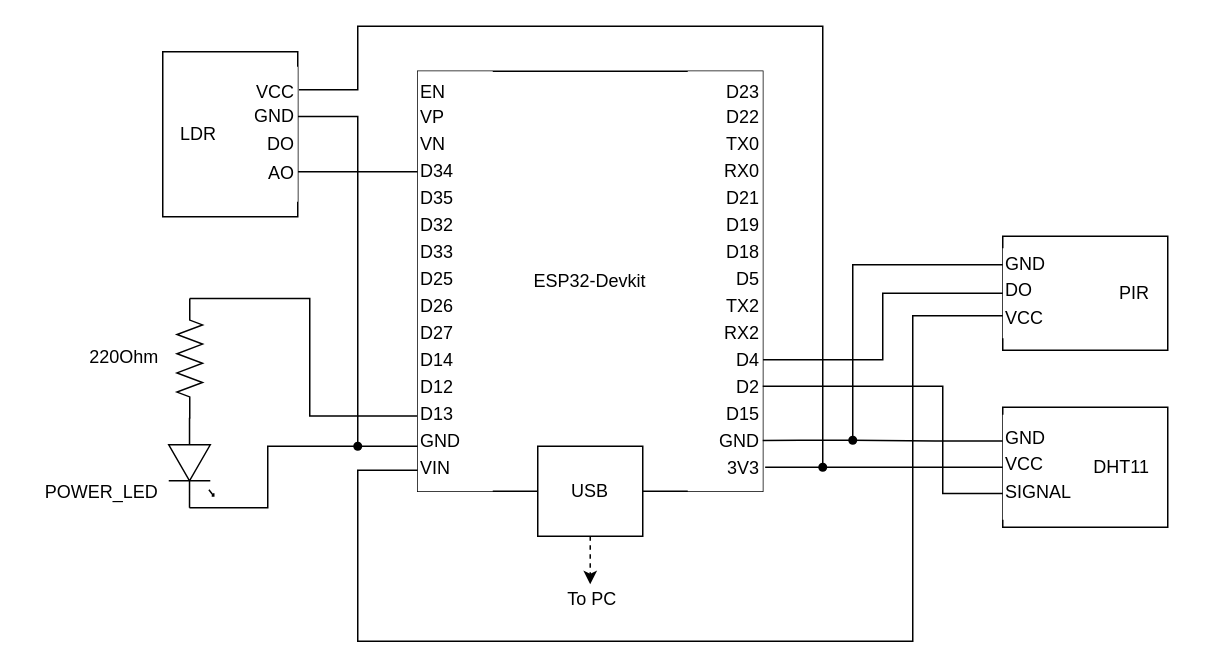
Earlier version of the draw.io diagram docs/wiring-diagram.drawio (danielpardo716/esp32-multi-sensor). Source tidied: cells renumbered, new cells numbered last; positions are measured from the earlier drawing's top-left corner, leaving out a move shared by most shapes. Both pictures are drawn from the tidied source at 150%, with x=0, y=0 at pixel (26, 26).
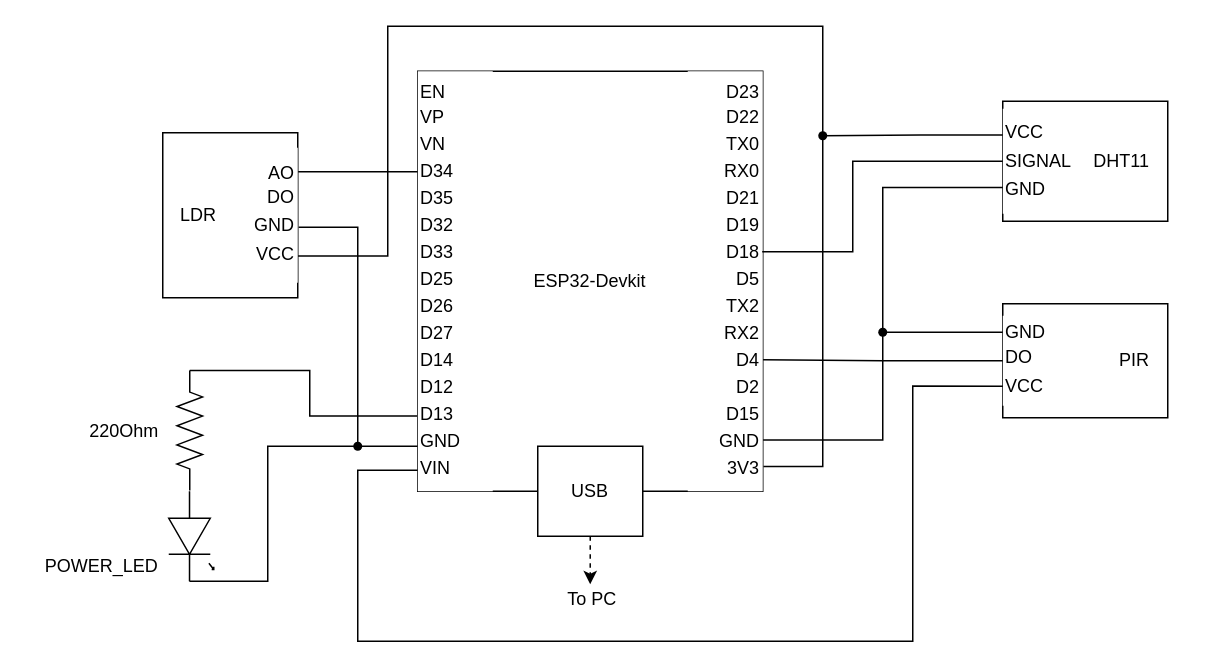
After the change.

The change refers to these unchanged cells:
```xml
<mxCell id="4" style="verticalLabelPosition=bottom;shadow=0;dashed=0;align=center;html=1;verticalAlign=top;shape=mxgraph.electrical.resistors.resistor_2;rotation=90;" parent="2" vertex="1">
  <mxGeometry x="39" y="-33" width="80" height="17" as="geometry" />
</mxCell>
<mxCell id="8" value="ESP32-Devkit" style="whiteSpace=wrap;html=1;" parent="7" vertex="1">
  <mxGeometry width="230" height="280" as="geometry" />
</mxCell>
<mxCell id="10" value="D23&lt;div style=&quot;line-height: 150%;&quot;&gt;D22&lt;/div&gt;&lt;div style=&quot;line-height: 150%;&quot;&gt;TX0&lt;/div&gt;&lt;div style=&quot;line-height: 150%;&quot;&gt;RX0&lt;/div&gt;&lt;div style=&quot;line-height: 150%;&quot;&gt;D21&lt;/div&gt;&lt;div style=&quot;line-height: 150%;&quot;&gt;D19&lt;/div&gt;&lt;div style=&quot;line-height: 150%;&quot;&gt;D18&lt;/div&gt;&lt;div style=&quot;line-height: 150%;&quot;&gt;D5&lt;/div&gt;&lt;div style=&quot;line-height: 150%;&quot;&gt;TX2&lt;/div&gt;&lt;div style=&quot;line-height: 150%;&quot;&gt;RX2&lt;/div&gt;&lt;div style=&quot;line-height: 150%;&quot;&gt;D4&lt;/div&gt;&lt;div style=&quot;line-height: 150%;&quot;&gt;D2&lt;/div&gt;&lt;div style=&quot;line-height: 150%;&quot;&gt;D15&lt;/div&gt;&lt;div style=&quot;line-height: 150%;&quot;&gt;GND&lt;/div&gt;&lt;div style=&quot;line-height: 150%;&quot;&gt;3V3&lt;/div&gt;" style="whiteSpace=wrap;html=1;spacingTop=0;spacing=2;align=right;strokeColor=none;" parent="7" vertex="1">
  <mxGeometry x="180" width="50" height="280" as="geometry" />
</mxCell>
<mxCell id="11" value="EN&lt;div style=&quot;line-height: 150%;&quot;&gt;VP&lt;/div&gt;&lt;div style=&quot;line-height: 150%;&quot;&gt;VN&lt;/div&gt;&lt;div style=&quot;line-height: 150%;&quot;&gt;D34&lt;/div&gt;&lt;div style=&quot;line-height: 150%;&quot;&gt;D35&lt;/div&gt;&lt;div style=&quot;line-height: 150%;&quot;&gt;D32&lt;/div&gt;&lt;div style=&quot;line-height: 150%;&quot;&gt;D33&lt;/div&gt;&lt;div style=&quot;line-height: 150%;&quot;&gt;D25&lt;/div&gt;&lt;div style=&quot;line-height: 150%;&quot;&gt;D26&lt;/div&gt;&lt;div style=&quot;line-height: 150%;&quot;&gt;D27&lt;/div&gt;&lt;div style=&quot;line-height: 150%;&quot;&gt;D14&lt;/div&gt;&lt;div style=&quot;line-height: 150%;&quot;&gt;D12&lt;/div&gt;&lt;div style=&quot;line-height: 150%;&quot;&gt;D13&lt;/div&gt;&lt;div style=&quot;line-height: 150%;&quot;&gt;GND&lt;/div&gt;&lt;div style=&quot;line-height: 150%;&quot;&gt;VIN&lt;/div&gt;" style="whiteSpace=wrap;html=1;spacingTop=0;spacing=2;align=left;strokeColor=none;" parent="7" vertex="1">
  <mxGeometry width="50" height="280" as="geometry" />
</mxCell>
<mxCell id="15" value="DHT11" style="whiteSpace=wrap;html=1;align=right;spacingLeft=0;spacingRight=10;" parent="14" vertex="1">
  <mxGeometry width="110" height="80" as="geometry" />
</mxCell>
<mxCell id="31" style="shape=waypoint;sketch=0;size=6;points=[];fillColor=none;perimeter=centerPerimeter;snapToPoint=1;" parent="1" vertex="1">
  <mxGeometry x="211" y="270" width="20" height="20" as="geometry" />
</mxCell>
<mxCell id="37" value="PIR" style="whiteSpace=wrap;html=1;align=right;spacingLeft=0;spacingRight=10;" parent="36" vertex="1">
  <mxGeometry width="110" height="76" as="geometry" />
</mxCell>
<mxCell id="38" value="GND&lt;div style=&quot;line-height: 160%;&quot;&gt;DO&lt;/div&gt;&lt;div style=&quot;line-height: 160%;&quot;&gt;VCC&lt;/div&gt;" style="whiteSpace=wrap;html=1;align=left;strokeColor=none;" parent="36" vertex="1">
  <mxGeometry y="8" width="40" height="60" as="geometry" />
</mxCell>
```

Diff of the diagram source:
```diff
@@
     <mxCell id="2" style="group;rotation=90;verticalAlign=top;" parent="1" vertex="1">
-      <mxGeometry x="30" y="246" width="160" height="30" as="geometry" />
+      <mxGeometry x="30" y="294" width="160" height="30" as="geometry" />
     </mxCell>
     <mxCell id="3" style="verticalLabelPosition=bottom;shadow=0;dashed=0;align=center;html=1;verticalAlign=top;shape=mxgraph.electrical.opto_electronics.led_1;rotation=90;" parent="2" vertex="1">
-      <mxGeometry x="50" y="30" width="60" height="30" as="geometry" />
+      <mxGeometry x="50" y="31" width="60" height="30" as="geometry" />
     </mxCell>
@@
-    <mxCell id="5" style="edgeStyle=none;html=1;exitX=0;exitY=0.54;exitDx=0;exitDy=0;exitPerimeter=0;entryX=1;entryY=0.5;entryDx=0;entryDy=0;entryPerimeter=0;endArrow=none;endFill=0;" parent="2" edge="1" source="3" target="4">
-      <mxGeometry relative="1" as="geometry" />
+    <mxCell id="5" style="edgeStyle=none;html=1;exitX=0;exitY=0.54;exitDx=0;exitDy=0;exitPerimeter=0;entryX=1;entryY=0.5;entryDx=0;entryDy=0;entryPerimeter=0;endArrow=none;endFill=0;" parent="2" edge="1" source="3">
+      <mxGeometry relative="1" as="geometry">
+        <mxPoint x="79" y="16.5" as="targetPoint" />
+      </mxGeometry>
     </mxCell>
@@
     <mxCell id="14" style="group;flipH=1;" parent="1" vertex="1">
-      <mxGeometry x="651" y="254" width="120" height="80" as="geometry" />
+      <mxGeometry x="651" y="50" width="120" height="80" as="geometry" />
     </mxCell>
@@
-    <mxCell id="16" value="GND&lt;div style=&quot;line-height: 160%;&quot;&gt;VCC&lt;/div&gt;&lt;div style=&quot;line-height: 160%;&quot;&gt;SIGNAL&lt;/div&gt;" style="whiteSpace=wrap;html=1;align=left;strokeColor=none;" parent="14" vertex="1">
+    <mxCell id="16" value="&lt;div style=&quot;line-height: 160%;&quot;&gt;VCC&lt;/div&gt;&lt;div style=&quot;line-height: 160%;&quot;&gt;SIGNAL&lt;/div&gt;&lt;div style=&quot;line-height: 160%;&quot;&gt;GND&lt;/div&gt;" style="whiteSpace=wrap;html=1;align=left;strokeColor=none;" parent="14" vertex="1">
       <mxGeometry y="5" width="50" height="70" as="geometry" />
     </mxCell>
     <mxCell id="17" style="group;flipH=0;" parent="1" vertex="1">
-      <mxGeometry x="91" y="17" width="90" height="110" as="geometry" />
+      <mxGeometry x="91" y="71" width="90" height="110" as="geometry" />
     </mxCell>
@@
-    <mxCell id="19" value="VCC&lt;div style=&quot;line-height: 160%;&quot;&gt;GND&lt;/div&gt;&lt;div style=&quot;line-height: 160%;&quot;&gt;DO&lt;/div&gt;&lt;div style=&quot;line-height: 160%;&quot;&gt;AO&lt;/div&gt;" style="whiteSpace=wrap;html=1;align=right;strokeColor=none;" parent="17" vertex="1">
+    <mxCell id="19" value="AO&lt;div style=&quot;line-height: 160%;&quot;&gt;DO&lt;/div&gt;&lt;div style=&quot;line-height: 160%;&quot;&gt;GND&lt;/div&gt;&lt;div style=&quot;line-height: 160%;&quot;&gt;VCC&lt;/div&gt;" style="whiteSpace=wrap;html=1;align=right;strokeColor=none;" parent="17" vertex="1">
       <mxGeometry x="60" y="10" width="30" height="90" as="geometry" />
     </mxCell>
     <mxCell id="20" style="edgeStyle=orthogonalEdgeStyle;html=1;exitX=0;exitY=0.5;exitDx=0;exitDy=0;exitPerimeter=0;entryX=-0.009;entryY=0.821;entryDx=0;entryDy=0;entryPerimeter=0;rounded=0;endArrow=none;endFill=0;" parent="1" edge="1" source="4" target="11">
       <mxGeometry relative="1" as="geometry">
         <Array as="points">
-          <mxPoint x="189" y="182" />
+          <mxPoint x="189" y="230" />
           <mxPoint x="189" y="260" />
         </Array>
       </mxGeometry>
     </mxCell>
@@
-    <mxCell id="22" style="edgeStyle=orthogonalEdgeStyle;html=1;exitX=0;exitY=0.75;exitDx=0;exitDy=0;rounded=0;curved=0;endArrow=none;endFill=0;" parent="1" edge="1" source="16">
+    <mxCell id="22" style="edgeStyle=orthogonalEdgeStyle;html=1;exitX=0;exitY=0.5;exitDx=0;exitDy=0;rounded=0;curved=0;endArrow=none;endFill=0;entryX=0.993;entryY=0.43;entryDx=0;entryDy=0;entryPerimeter=0;" parent="1" edge="1" source="15" target="10">
       <mxGeometry relative="1" as="geometry">
-        <mxPoint x="491" y="240" as="targetPoint" />
         <Array as="points">
-          <mxPoint x="611" y="311" />
-          <mxPoint x="611" y="240" />
+          <mxPoint x="551" y="90" />
+          <mxPoint x="551" y="150" />
         </Array>
       </mxGeometry>
     </mxCell>
-    <mxCell id="23" style="edgeStyle=orthogonalEdgeStyle;html=1;exitDx=0;exitDy=0;entryX=1;entryY=0.879;entryDx=0;entryDy=0;entryPerimeter=0;rounded=0;curved=0;endArrow=none;endFill=0;" parent="1" edge="1" source="29" target="10">
-      <mxGeometry relative="1" as="geometry" />
-    </mxCell>
-    <mxCell id="24" style="edgeStyle=orthogonalEdgeStyle;html=1;entryX=1.032;entryY=0.943;entryDx=0;entryDy=0;entryPerimeter=0;rounded=0;curved=0;endArrow=none;endFill=0;exitDx=0;exitDy=0;" parent="1" edge="1" source="27" target="10">
-      <mxGeometry relative="1" as="geometry" />
+    <mxCell id="24" style="edgeStyle=orthogonalEdgeStyle;html=1;entryX=1.002;entryY=0.941;entryDx=0;entryDy=0;entryPerimeter=0;rounded=0;curved=0;endArrow=none;endFill=0;exitDx=0;exitDy=0;" parent="1" edge="1" source="27" target="8">
+      <mxGeometry relative="1" as="geometry">
+        <Array as="points">
+          <mxPoint x="531" y="293" />
+        </Array>
+      </mxGeometry>
     </mxCell>
-    <mxCell id="25" style="edgeStyle=orthogonalEdgeStyle;html=1;exitX=1.026;exitY=0.17;exitDx=0;exitDy=0;entryX=0.571;entryY=0.664;entryDx=0;entryDy=0;entryPerimeter=0;rounded=0;curved=0;endArrow=none;endFill=0;exitPerimeter=0;" parent="1" edge="1" source="19" target="27">
+    <mxCell id="25" style="edgeStyle=orthogonalEdgeStyle;html=1;exitX=1.007;exitY=0.802;exitDx=0;exitDy=0;entryX=0.571;entryY=0.664;entryDx=0;entryDy=0;entryPerimeter=0;rounded=0;curved=0;endArrow=none;endFill=0;exitPerimeter=0;" parent="1" edge="1" source="19" target="27">
       <mxGeometry relative="1" as="geometry">
         <Array as="points">
-          <mxPoint x="221" y="42" />
-          <mxPoint x="221" />
+          <mxPoint x="241" y="153" />
+          <mxPoint x="241" />
           <mxPoint x="531" />
-          <mxPoint x="531" y="294" />
         </Array>
       </mxGeometry>
     </mxCell>
-    <mxCell id="26" style="edgeStyle=orthogonalEdgeStyle;html=1;entryDx=0;entryDy=0;entryPerimeter=0;rounded=0;curved=0;endArrow=none;endFill=0;exitX=0;exitY=0.5;exitDx=0;exitDy=0;" parent="1" edge="1" source="15" target="27">
-      <mxGeometry relative="1" as="geometry" />
-    </mxCell>
     <mxCell id="27" style="shape=waypoint;sketch=0;size=6;points=[];fillColor=none;perimeter=centerPerimeter;snapToPoint=1;" parent="1" vertex="1">
-      <mxGeometry x="521" y="284" width="20" height="20" as="geometry" />
+      <mxGeometry x="521" y="63" width="20" height="20" as="geometry" />
     </mxCell>
-    <mxCell id="28" style="edgeStyle=orthogonalEdgeStyle;html=1;exitX=0;exitY=0.25;exitDx=0;exitDy=0;entryDx=0;entryDy=0;entryPerimeter=0;rounded=0;curved=0;endArrow=none;endFill=0;" parent="1" edge="1" source="16" target="29">
-      <mxGeometry relative="1" as="geometry" />
+    <mxCell id="28" style="edgeStyle=orthogonalEdgeStyle;html=1;entryDx=0;entryDy=0;entryPerimeter=0;rounded=0;curved=0;endArrow=none;endFill=0;exitX=0;exitY=0.75;exitDx=0;exitDy=0;entryX=0.414;entryY=0.321;" parent="1" edge="1" source="16" target="44">
+      <mxGeometry relative="1" as="geometry">
+        <Array as="points">
+          <mxPoint x="571" y="108" />
+        </Array>
+      </mxGeometry>
     </mxCell>
-    <mxCell id="29" style="shape=waypoint;sketch=0;size=6;points=[];fillColor=none;perimeter=centerPerimeter;snapToPoint=1;" parent="1" vertex="1">
-      <mxGeometry x="541" y="266" width="20" height="20" as="geometry" />
-    </mxCell>
     <mxCell id="30" style="edgeStyle=orthogonalEdgeStyle;html=1;exitX=1;exitY=0.54;exitDx=0;exitDy=0;exitPerimeter=0;endArrow=none;endFill=0;rounded=0;curved=0;entryDx=0;entryDy=0;entryPerimeter=0;" parent="1" edge="1" source="3" target="31">
       <mxGeometry relative="1" as="geometry">
         <Array as="points">
-          <mxPoint x="161" y="321" />
+          <mxPoint x="161" y="370" />
           <mxPoint x="161" y="280" />
         </Array>
       </mxGeometry>
     </mxCell>
@@
-    <mxCell id="32" style="edgeStyle=orthogonalEdgeStyle;html=1;exitX=1.007;exitY=0.368;exitDx=0;exitDy=0;entryX=0.429;entryY=0.236;entryDx=0;entryDy=0;entryPerimeter=0;rounded=0;curved=0;endArrow=none;endFill=0;exitPerimeter=0;" parent="1" edge="1" source="19" target="31">
+    <mxCell id="32" style="edgeStyle=orthogonalEdgeStyle;html=1;exitX=1.02;exitY=0.589;exitDx=0;exitDy=0;entryX=0.429;entryY=0.236;entryDx=0;entryDy=0;entryPerimeter=0;rounded=0;curved=0;endArrow=none;endFill=0;exitPerimeter=0;" parent="1" edge="1" source="19" target="31">
       <mxGeometry relative="1" as="geometry">
         <Array as="points">
-          <mxPoint x="221" y="60" />
-          <mxPoint x="221" y="280" />
+          <mxPoint x="221" y="134" />
         </Array>
       </mxGeometry>
     </mxCell>
-    <mxCell id="33" style="edgeStyle=orthogonalEdgeStyle;html=1;entryX=-0.003;entryY=0.239;entryDx=0;entryDy=0;endArrow=none;endFill=0;rounded=0;curved=0;entryPerimeter=0;exitX=1.007;exitY=0.777;exitDx=0;exitDy=0;exitPerimeter=0;" parent="1" edge="1" source="19" target="11">
+    <mxCell id="33" style="edgeStyle=orthogonalEdgeStyle;html=1;entryX=-0.003;entryY=0.239;entryDx=0;entryDy=0;endArrow=none;endFill=0;rounded=0;curved=0;entryPerimeter=0;exitX=1.009;exitY=0.178;exitDx=0;exitDy=0;exitPerimeter=0;" parent="1" edge="1" source="19" target="11">
       <mxGeometry relative="1" as="geometry" />
     </mxCell>
     <mxCell id="34" value="POWER_LED" style="text;html=1;align=center;verticalAlign=middle;strokeColor=none;fillColor=none;" parent="1" vertex="1">
-      <mxGeometry y="296" width="100" height="30" as="geometry" />
+      <mxGeometry y="345" width="100" height="30" as="geometry" />
     </mxCell>
     <mxCell id="35" value="220Ohm" style="text;html=1;align=center;verticalAlign=middle;strokeColor=none;fillColor=none;" parent="1" vertex="1">
-      <mxGeometry x="30" y="206" width="70" height="30" as="geometry" />
+      <mxGeometry x="30" y="255" width="70" height="30" as="geometry" />
     </mxCell>
     <mxCell id="36" style="group;flipH=1;" parent="1" vertex="1">
-      <mxGeometry x="651" y="140" width="110" height="76" as="geometry" />
+      <mxGeometry x="651" y="185" width="110" height="76" as="geometry" />
     </mxCell>
@@
-    <mxCell id="39" style="edgeStyle=orthogonalEdgeStyle;html=1;exitX=0;exitY=0.75;exitDx=0;exitDy=0;entryX=-0.002;entryY=0.95;entryDx=0;entryDy=0;entryPerimeter=0;rounded=0;curved=0;endArrow=none;endFill=0;" parent="1" edge="1" source="38" target="11">
+    <mxCell id="39" style="edgeStyle=orthogonalEdgeStyle;html=1;exitX=0.002;exitY=0.782;exitDx=0;exitDy=0;entryX=-0.002;entryY=0.95;entryDx=0;entryDy=0;entryPerimeter=0;rounded=0;curved=0;endArrow=none;endFill=0;exitPerimeter=0;" parent="1" edge="1" source="38" target="11">
       <mxGeometry relative="1" as="geometry">
         <Array as="points">
-          <mxPoint x="591" y="193" />
+          <mxPoint x="591" y="240" />
           <mxPoint x="591" y="410" />
           <mxPoint x="221" y="410" />
           <mxPoint x="221" y="296" />
         </Array>
       </mxGeometry>
     </mxCell>
-    <mxCell id="40" style="edgeStyle=orthogonalEdgeStyle;html=1;exitX=0;exitY=0.25;exitDx=0;exitDy=0;entryX=0.402;entryY=0.721;entryDx=0;entryDy=0;entryPerimeter=0;rounded=0;curved=0;endArrow=none;endFill=0;" parent="1" edge="1" source="37" target="29">
+    <mxCell id="40" style="edgeStyle=orthogonalEdgeStyle;html=1;exitDx=0;exitDy=0;entryX=1.005;entryY=0.878;entryDx=0;entryDy=0;entryPerimeter=0;rounded=0;curved=0;endArrow=none;endFill=0;" parent="1" edge="1" source="44" target="10">
       <mxGeometry relative="1" as="geometry">
         <Array as="points">
-          <mxPoint x="551" y="159" />
-          <mxPoint x="551" y="276" />
+          <mxPoint x="571" y="276" />
         </Array>
       </mxGeometry>
     </mxCell>
@@
+    <mxCell id="42" style="edgeStyle=orthogonalEdgeStyle;html=1;exitX=0;exitY=0.25;exitDx=0;exitDy=0;entryX=0.871;entryY=0.506;entryDx=0;entryDy=0;entryPerimeter=0;rounded=0;curved=0;endArrow=none;endFill=0;" parent="1" edge="1" source="16" target="27">
+      <mxGeometry relative="1" as="geometry" />
+    </mxCell>
+    <mxCell id="43" style="edgeStyle=orthogonalEdgeStyle;html=1;exitX=0;exitY=0.25;exitDx=0;exitDy=0;entryDx=0;entryDy=0;entryPerimeter=0;rounded=0;curved=0;endArrow=none;endFill=0;" parent="1" edge="1" source="37" target="44">
+      <mxGeometry relative="1" as="geometry" />
+    </mxCell>
+    <mxCell id="44" style="shape=waypoint;sketch=0;size=6;points=[];fillColor=none;perimeter=centerPerimeter;snapToPoint=1;" parent="1" vertex="1">
+      <mxGeometry x="561" y="194" width="20" height="20" as="geometry" />
+    </mxCell>
```
